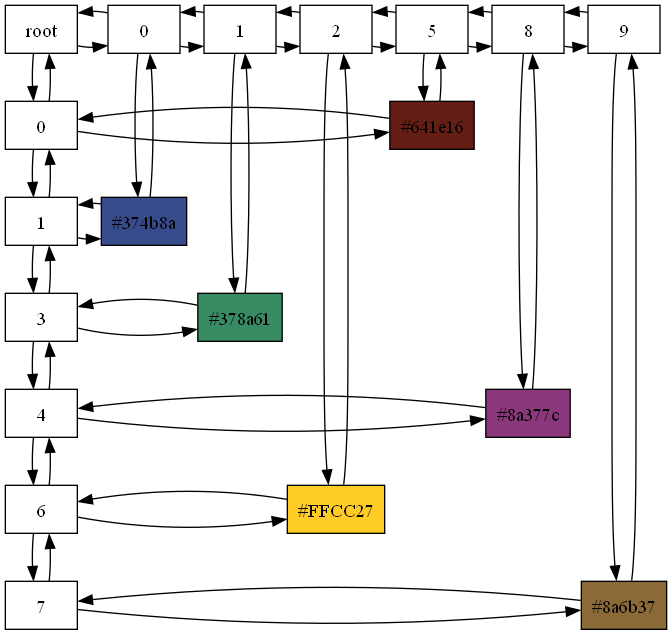
Above: Fase2/matrix.png in helenrodas/FasesProyectoEDD1S_202200066 (Graphviz), before the change. Its source is kept beside it as Fase2/matrix.dot.
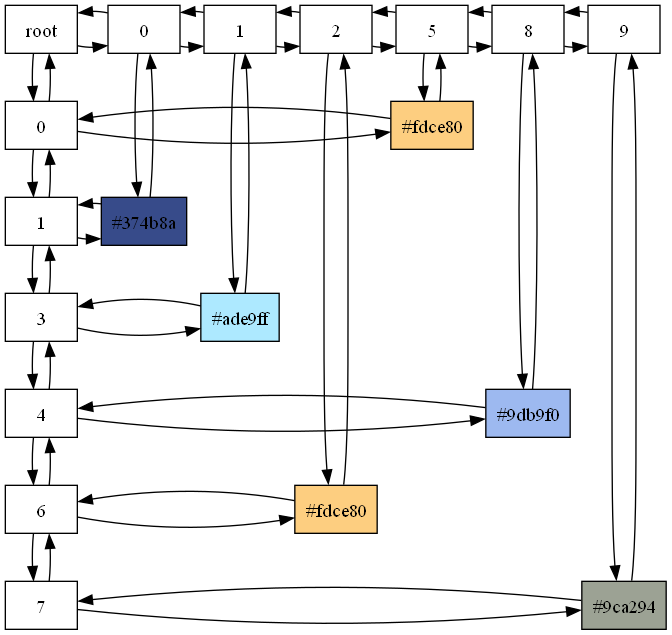
After the commit.

Change to the diagram source:
```diff
@@ -39,7 +39,7 @@
  "Nodo0_1"->"Nodo6_1"[dir = back]
  "Nodo0_1"->"Nodo0_2"
  "Nodo0_1"->"Nodo0_2"[dir = back]
- "Nodo6_1"[label = "#641e16",  style = filled, fillcolor = "#641e16" group="6"]
+ "Nodo6_1"[label = "#fdce80",  style = filled, fillcolor = "#fdce80" group="6"]
  {rank=same;"Nodo0_1";"Nodo6_1"}
  "Nodo0_2"[label = "1", group="0"]
  "Nodo0_2"->"Nodo1_2"
@@ -53,25 +53,25 @@
  "Nodo0_4"->"Nodo2_4"[dir = back]
  "Nodo0_4"->"Nodo0_5"
  "Nodo0_4"->"Nodo0_5"[dir = back]
- "Nodo2_4"[label = "#378a61",  style = filled, fillcolor = "#378a61" group="2"]
+ "Nodo2_4"[label = "#ade9ff",  style = filled, fillcolor = "#ade9ff" group="2"]
  {rank=same;"Nodo0_4";"Nodo2_4"}
  "Nodo0_5"[label = "4", group="0"]
  "Nodo0_5"->"Nodo9_5"
  "Nodo0_5"->"Nodo9_5"[dir = back]
  "Nodo0_5"->"Nodo0_7"
  "Nodo0_5"->"Nodo0_7"[dir = back]
- "Nodo9_5"[label = "#8a377c",  style = filled, fillcolor = "#8a377c" group="9"]
+ "Nodo9_5"[label = "#9db9f0",  style = filled, fillcolor = "#9db9f0" group="9"]
  {rank=same;"Nodo0_5";"Nodo9_5"}
  "Nodo0_7"[label = "6", group="0"]
  "Nodo0_7"->"Nodo3_7"
  "Nodo0_7"->"Nodo3_7"[dir = back]
  "Nodo0_7"->"Nodo0_8"
  "Nodo0_7"->"Nodo0_8"[dir = back]
- "Nodo3_7"[label = "#FFCC27",  style = filled, fillcolor = "#FFCC27" group="3"]
+ "Nodo3_7"[label = "#fdce80",  style = filled, fillcolor = "#fdce80" group="3"]
  {rank=same;"Nodo0_7";"Nodo3_7"}
  "Nodo0_8"[label = "7", group="0"]
  "Nodo0_8"->"Nodo10_8"
  "Nodo0_8"->"Nodo10_8"[dir = back]
- "Nodo10_8"[label = "#8a6b37",  style = filled, fillcolor = "#8a6b37" group="10"]
+ "Nodo10_8"[label = "#9ca294",  style = filled, fillcolor = "#9ca294" group="10"]
  {rank=same;"Nodo0_8";"Nodo10_8"}
  }
```
